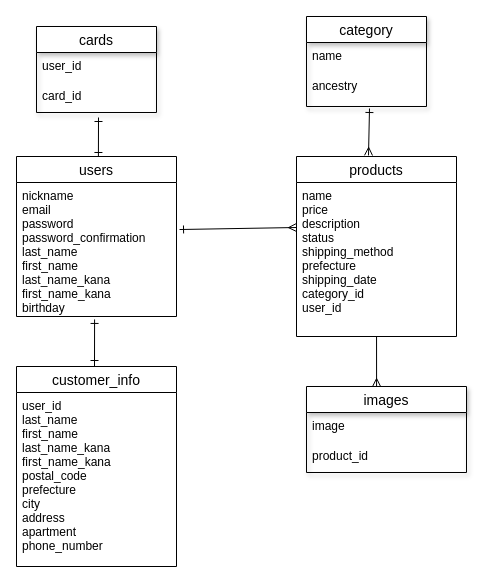
Above: ER.dio in omiyage28/furima-36993 (draw.io), before the change. Source tidied: cells renumbered, new cells numbered last; positions are measured from the earlier drawing's top-left corner, leaving out a move shared by most shapes. Both pictures are drawn from the tidied source at 100%, with x=0, y=0 at pixel (16, 16).
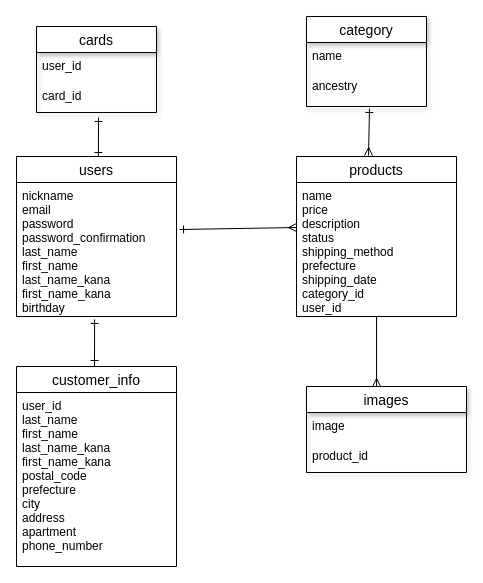
The same diagram, later.

Commit message:
最終課題　データベース設計②

Diff of the diagram source:
```diff
@@
     <mxCell id="7" value="products" style="swimlane;fontStyle=0;horizontal=1;startSize=26;align=center;fontSize=14;" parent="1" vertex="1">
-      <mxGeometry x="280" y="140" width="160" height="180" as="geometry" />
+      <mxGeometry x="280" y="140" width="160" height="160" as="geometry" />
     </mxCell>
-    <mxCell id="8" value="name&#10;price&#10;description&#10;status&#10;shipping_method&#10;prefecture&#10;shipping_date&#10;category_id&#10;user_id&#10;&#10;" style="text;strokeColor=none;fillColor=none;spacingLeft=4;spacingRight=4;overflow=hidden;fontSize=12;" parent="7" vertex="1">
-      <mxGeometry y="26" width="160" height="154" as="geometry" />
+    <mxCell id="8" value="name&#10;price&#10;description &#10;status&#10;shipping_method&#10;prefecture&#10;shipping_date&#10;category_id&#10;user_id&#10;&#10;" style="text;strokeColor=none;fillColor=none;spacingLeft=4;spacingRight=4;overflow=hidden;fontSize=12;" parent="7" vertex="1">
+      <mxGeometry y="26" width="160" height="134" as="geometry" />
     </mxCell>
```
